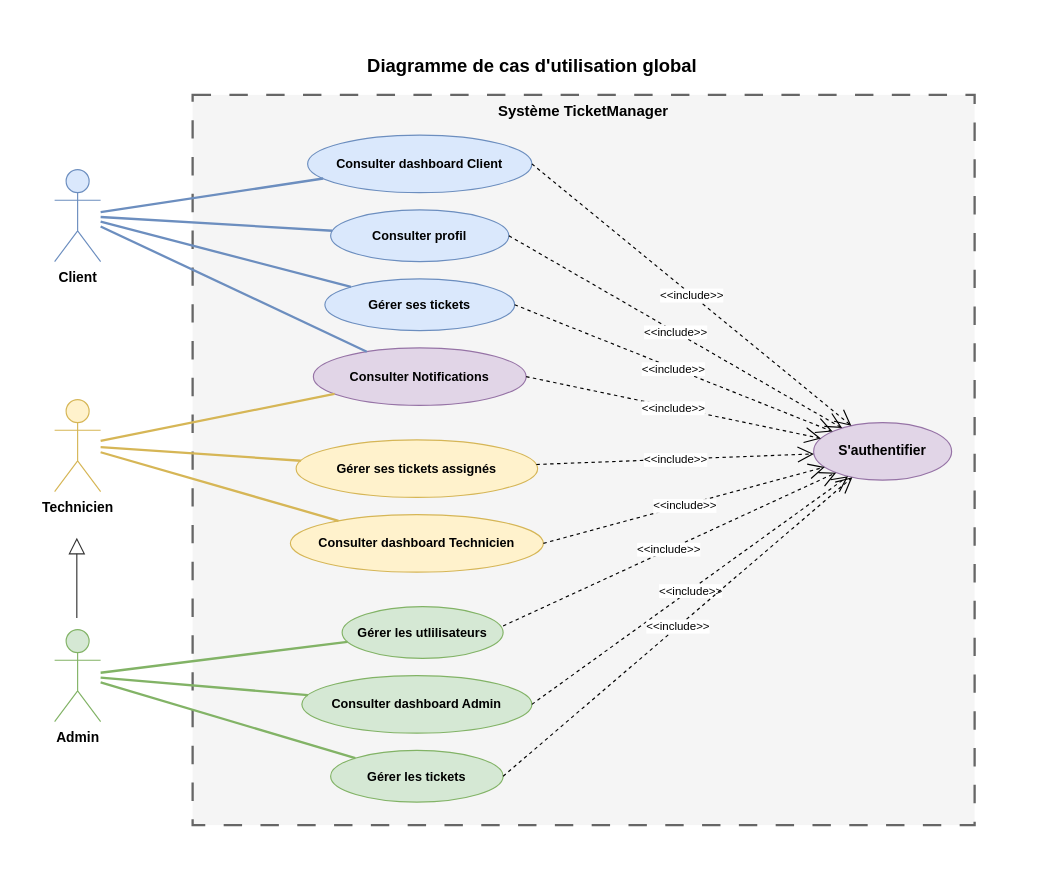
amelbenhazem/TicketManager keeps this draw.io diagram as docs/diagrammes/cas-utilisation-pfe-global.drawio. Above is the earlier version. Source tidied: cells renumbered, new cells numbered last; positions are measured from the earlier drawing's top-left corner, leaving out a move shared by most shapes. Both pictures are drawn from the tidied source at 115%, with x=0, y=0 at pixel (20, 20).
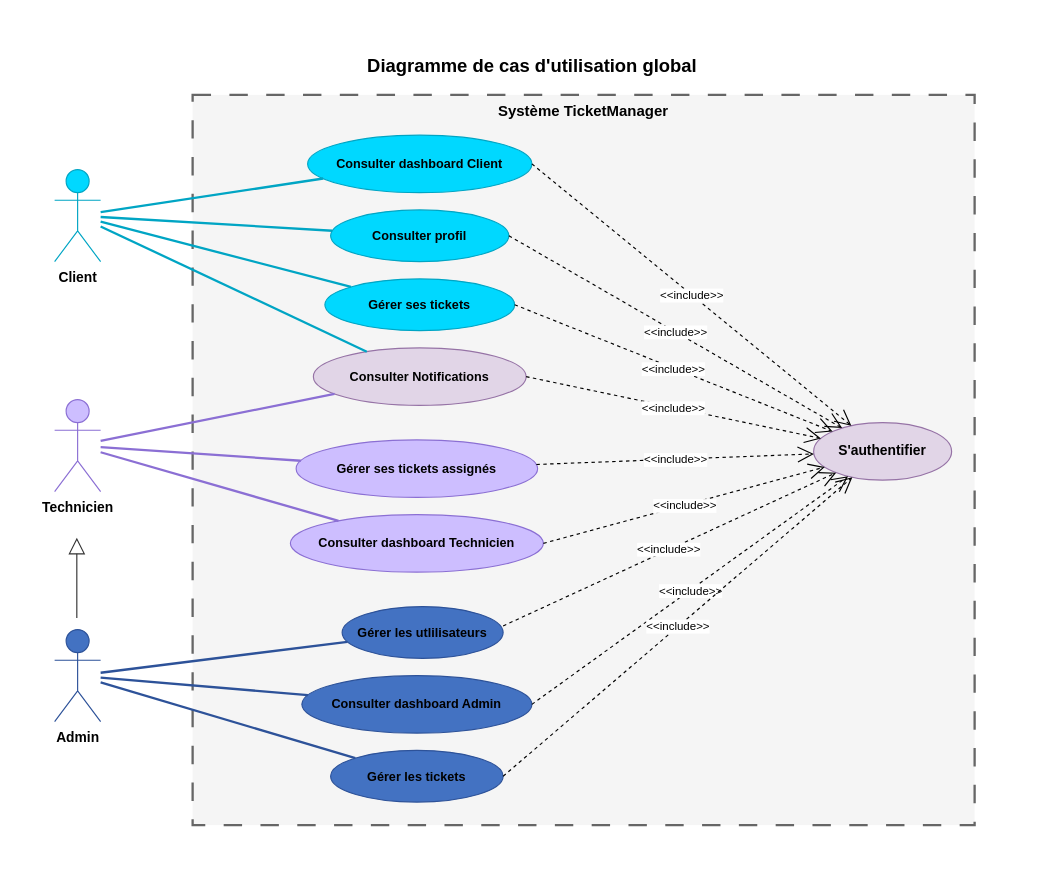
The same diagram, later.

Unchanged cells that the change refers to:
```xml
<mxCell id="11" value="Consulter Notifications" style="ellipse;whiteSpace=wrap;html=1;fillColor=#e1d5e7;strokeColor=#9673a6;fontStyle=1;fontSize=11;fontColor=#000000;" parent="1" vertex="1">
  <mxGeometry x="255" y="285" width="185" height="50" as="geometry" />
</mxCell>
```

Diff of the diagram source:
```diff
@@
-    <mxCell id="5" value="Client" style="shape=umlActor;verticalLabelPosition=bottom;verticalAlign=top;html=1;outlineConnect=0;fillColor=#dae8fc;strokeColor=#6c8ebf;fontStyle=1;fontColor=#000000;" parent="1" vertex="1">
+    <mxCell id="5" value="Client" style="shape=umlActor;verticalLabelPosition=bottom;verticalAlign=top;html=1;outlineConnect=0;fillColor=#00d8ff;strokeColor=#00a5c4;fontStyle=1;fontColor=#000000;" parent="1" vertex="1">
       <mxGeometry x="30" y="130" width="40" height="80" as="geometry" />
     </mxCell>
-    <mxCell id="6" value="Technicien" style="shape=umlActor;verticalLabelPosition=bottom;verticalAlign=top;html=1;outlineConnect=0;fillColor=#fff2cc;strokeColor=#d6b656;fontStyle=1;fontColor=#000000;" parent="1" vertex="1">
+    <mxCell id="6" value="Technicien" style="shape=umlActor;verticalLabelPosition=bottom;verticalAlign=top;html=1;outlineConnect=0;fillColor=#cdbeff;strokeColor=#8b6fd4;fontStyle=1;fontColor=#000000;" parent="1" vertex="1">
       <mxGeometry x="30" y="330" width="40" height="80" as="geometry" />
     </mxCell>
-    <mxCell id="7" value="Admin" style="shape=umlActor;verticalLabelPosition=bottom;verticalAlign=top;html=1;outlineConnect=0;fillColor=#d5e8d4;strokeColor=#82b366;fontStyle=1;fontColor=#000000;" parent="1" vertex="1">
+    <mxCell id="7" value="Admin" style="shape=umlActor;verticalLabelPosition=bottom;verticalAlign=top;html=1;outlineConnect=0;fillColor=#4372c2;strokeColor=#2d5299;fontStyle=1;fontColor=#000000;" parent="1" vertex="1">
       <mxGeometry x="30" y="530" width="40" height="80" as="geometry" />
     </mxCell>
-    <mxCell id="8" value="Consulter dashboard Client" style="ellipse;whiteSpace=wrap;html=1;fillColor=#dae8fc;strokeColor=#6c8ebf;fontStyle=1;fontSize=11;fontColor=#000000;" parent="1" vertex="1">
+    <mxCell id="8" value="Consulter dashboard Client" style="ellipse;whiteSpace=wrap;html=1;fillColor=#00d8ff;strokeColor=#00a5c4;fontStyle=1;fontSize=11;fontColor=#000000;" parent="1" vertex="1">
       <mxGeometry x="250" y="100" width="195" height="50" as="geometry" />
     </mxCell>
-    <mxCell id="9" value="&lt;b&gt;Consulter profil&lt;/b&gt;" style="ellipse;whiteSpace=wrap;html=1;fillColor=#dae8fc;strokeColor=#6c8ebf;fontSize=11;fontColor=#000000;" parent="1" vertex="1">
+    <mxCell id="9" value="&lt;b&gt;Consulter profil&lt;/b&gt;" style="ellipse;whiteSpace=wrap;html=1;fillColor=#00d8ff;strokeColor=#00a5c4;fontSize=11;fontColor=#000000;" parent="1" vertex="1">
       <mxGeometry x="270" y="165" width="155" height="45" as="geometry" />
     </mxCell>
-    <mxCell id="10" value="&lt;b&gt;Gérer ses tickets&lt;/b&gt;" style="ellipse;whiteSpace=wrap;html=1;fillColor=#dae8fc;strokeColor=#6c8ebf;fontSize=11;fontColor=#000000;" parent="1" vertex="1">
+    <mxCell id="10" value="&lt;b&gt;Gérer ses tickets&lt;/b&gt;" style="ellipse;whiteSpace=wrap;html=1;fillColor=#00d8ff;strokeColor=#00a5c4;fontSize=11;fontColor=#000000;" parent="1" vertex="1">
       <mxGeometry x="265" y="225" width="165" height="45" as="geometry" />
     </mxCell>
@@
-    <mxCell id="12" value="Gérer ses tickets assignés" style="ellipse;whiteSpace=wrap;html=1;fillColor=#fff2cc;strokeColor=#d6b656;fontStyle=1;fontSize=11;fontColor=#000000;" parent="1" vertex="1">
+    <mxCell id="12" value="Gérer ses tickets assignés" style="ellipse;whiteSpace=wrap;html=1;fillColor=#cdbeff;strokeColor=#8b6fd4;fontStyle=1;fontSize=11;fontColor=#000000;" parent="1" vertex="1">
       <mxGeometry x="240" y="365" width="210" height="50" as="geometry" />
     </mxCell>
-    <mxCell id="13" value="&lt;b&gt;Consulter dashboard Technicien&lt;/b&gt;" style="ellipse;whiteSpace=wrap;html=1;fillColor=#fff2cc;strokeColor=#d6b656;fontSize=11;fontColor=#000000;" parent="1" vertex="1">
+    <mxCell id="13" value="&lt;b&gt;Consulter dashboard Technicien&lt;/b&gt;" style="ellipse;whiteSpace=wrap;html=1;fillColor=#cdbeff;strokeColor=#8b6fd4;fontSize=11;fontColor=#000000;" parent="1" vertex="1">
       <mxGeometry x="235" y="430" width="220" height="50" as="geometry" />
     </mxCell>
-    <mxCell id="14" value="Gérer les utlilisateurs" style="ellipse;whiteSpace=wrap;html=1;fillColor=#d5e8d4;strokeColor=#82b366;fontStyle=1;fontSize=11;fontColor=#000000;" parent="1" vertex="1">
+    <mxCell id="14" value="Gérer les utlilisateurs" style="ellipse;whiteSpace=wrap;html=1;fillColor=#4372c2;strokeColor=#2d5299;fontStyle=1;fontSize=11;fontColor=#000000;" parent="1" vertex="1">
       <mxGeometry x="280" y="510" width="140" height="45" as="geometry" />
     </mxCell>
-    <mxCell id="15" value="&lt;b&gt;Consulter dashboard Admin&lt;/b&gt;" style="ellipse;whiteSpace=wrap;html=1;fillColor=#d5e8d4;strokeColor=#82b366;fontSize=11;fontColor=#000000;" parent="1" vertex="1">
+    <mxCell id="15" value="&lt;b&gt;Consulter dashboard Admin&lt;/b&gt;" style="ellipse;whiteSpace=wrap;html=1;fillColor=#4372c2;strokeColor=#2d5299;fontSize=11;fontColor=#000000;" parent="1" vertex="1">
       <mxGeometry x="245" y="570" width="200" height="50" as="geometry" />
     </mxCell>
-    <mxCell id="16" value="Gérer les tickets" style="ellipse;whiteSpace=wrap;html=1;fillColor=#d5e8d4;strokeColor=#82b366;fontStyle=1;fontSize=11;fontColor=#000000;" parent="1" vertex="1">
+    <mxCell id="16" value="Gérer les tickets" style="ellipse;whiteSpace=wrap;html=1;fillColor=#4372c2;strokeColor=#2d5299;fontStyle=1;fontSize=11;fontColor=#000000;" parent="1" vertex="1">
       <mxGeometry x="270" y="635" width="150" height="45" as="geometry" />
     </mxCell>
@@
-    <mxCell id="18" style="endArrow=none;html=1;strokeColor=#6c8ebf;strokeWidth=2;" parent="1" edge="1" source="5" target="8">
+    <mxCell id="18" style="endArrow=none;html=1;strokeColor=#00a5c4;strokeWidth=2;" parent="1" edge="1" source="5" target="8">
       <mxGeometry relative="1" as="geometry" />
     </mxCell>
-    <mxCell id="19" style="endArrow=none;html=1;strokeColor=#6c8ebf;strokeWidth=2;" parent="1" edge="1" source="5" target="9">
+    <mxCell id="19" style="endArrow=none;html=1;strokeColor=#00a5c4;strokeWidth=2;" parent="1" edge="1" source="5" target="9">
       <mxGeometry relative="1" as="geometry" />
     </mxCell>
-    <mxCell id="20" style="endArrow=none;html=1;strokeColor=#6c8ebf;strokeWidth=2;" parent="1" edge="1" source="5" target="10">
+    <mxCell id="20" style="endArrow=none;html=1;strokeColor=#00a5c4;strokeWidth=2;" parent="1" edge="1" source="5" target="10">
       <mxGeometry relative="1" as="geometry" />
     </mxCell>
-    <mxCell id="21" style="endArrow=none;html=1;strokeColor=#6c8ebf;strokeWidth=2;" parent="1" edge="1" source="5" target="11">
+    <mxCell id="21" style="endArrow=none;html=1;strokeColor=#00a5c4;strokeWidth=2;" parent="1" edge="1" source="5" target="11">
       <mxGeometry relative="1" as="geometry" />
     </mxCell>
-    <mxCell id="22" style="endArrow=none;html=1;strokeColor=#d6b656;strokeWidth=2;" parent="1" edge="1" source="6" target="11">
+    <mxCell id="22" style="endArrow=none;html=1;strokeColor=#8b6fd4;strokeWidth=2;" parent="1" edge="1" source="6" target="11">
       <mxGeometry relative="1" as="geometry" />
     </mxCell>
-    <mxCell id="23" style="endArrow=none;html=1;strokeColor=#d6b656;strokeWidth=2;" parent="1" edge="1" source="6" target="12">
+    <mxCell id="23" style="endArrow=none;html=1;strokeColor=#8b6fd4;strokeWidth=2;" parent="1" edge="1" source="6" target="12">
       <mxGeometry relative="1" as="geometry" />
     </mxCell>
-    <mxCell id="24" style="endArrow=none;html=1;strokeColor=#d6b656;strokeWidth=2;" parent="1" edge="1" source="6" target="13">
+    <mxCell id="24" style="endArrow=none;html=1;strokeColor=#8b6fd4;strokeWidth=2;" parent="1" edge="1" source="6" target="13">
       <mxGeometry relative="1" as="geometry" />
     </mxCell>
-    <mxCell id="25" style="endArrow=none;html=1;strokeColor=#82b366;strokeWidth=2;" parent="1" edge="1" source="7" target="14">
+    <mxCell id="25" style="endArrow=none;html=1;strokeColor=#2d5299;strokeWidth=2;" parent="1" edge="1" source="7" target="14">
       <mxGeometry relative="1" as="geometry" />
     </mxCell>
-    <mxCell id="26" style="endArrow=none;html=1;strokeColor=#82b366;strokeWidth=2;" parent="1" edge="1" source="7" target="15">
+    <mxCell id="26" style="endArrow=none;html=1;strokeColor=#2d5299;strokeWidth=2;" parent="1" edge="1" source="7" target="15">
       <mxGeometry relative="1" as="geometry" />
     </mxCell>
-    <mxCell id="27" style="endArrow=none;html=1;strokeColor=#82b366;strokeWidth=2;" parent="1" edge="1" source="7" target="16">
+    <mxCell id="27" style="endArrow=none;html=1;strokeColor=#2d5299;strokeWidth=2;" parent="1" edge="1" source="7" target="16">
       <mxGeometry relative="1" as="geometry" />
     </mxCell>
```
